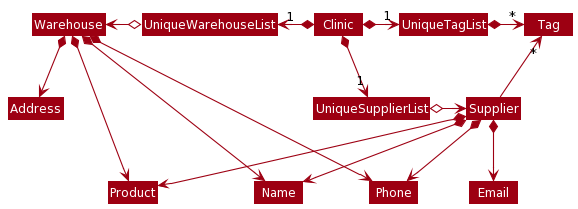
This is docs/images/BetterModelClassDiagram.png from tohyuting/tp, a PlantUML export, as it was before one commit.
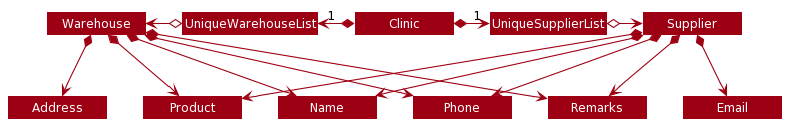
The same file after the commit.

What changed in the source:
```diff
@@ -25,7 +25,7 @@
 
 !define USER_COLOR #000000
 
-skinparam BackgroundColor #FFFFFF
+skinparam BackgroundColor #FFFFFFF
 
 skinparam Shadowing false
 
@@ -56,7 +56,7 @@
     Padding 20
 }
 
-skinparam MinClassWidth 50
+skinparam MinClassWidth 100
 skinparam ParticipantPadding 10
 skinparam Shadowing false
 skinparam DefaultTextAlignment center
@@ -70,24 +70,20 @@
 skinparam arrowColor MODEL_COLOR
 skinparam classBackgroundColor MODEL_COLOR
 
-Clinic *-down-> "1" UniqueSupplierList
+Clinic *-right-> "1" UniqueSupplierList
 Clinic *-left-> "1" UniqueWarehouseList
-Clinic *-right-> "1" UniqueTagList
-UniqueTagList -[hidden]down- UniqueSupplierList
-UniqueTagList -[hidden]down- UniqueSupplierList
 
-UniqueTagList *-right-> "*" Tag
 UniqueSupplierList o-right-> Supplier
 UniqueWarehouseList o-left-> Warehouse
-
-Supplier -up-> "*" Tag
 
 Supplier *--> Name
 Supplier *--> Phone
 Supplier *--> Email
+Supplier *--> Remarks
 Supplier *--> Product
 Warehouse *--> Name
 Warehouse *--> Phone
 Warehouse *--> Address
+Warehouse *--> Remarks
 Warehouse *--> Product
 @enduml
```
